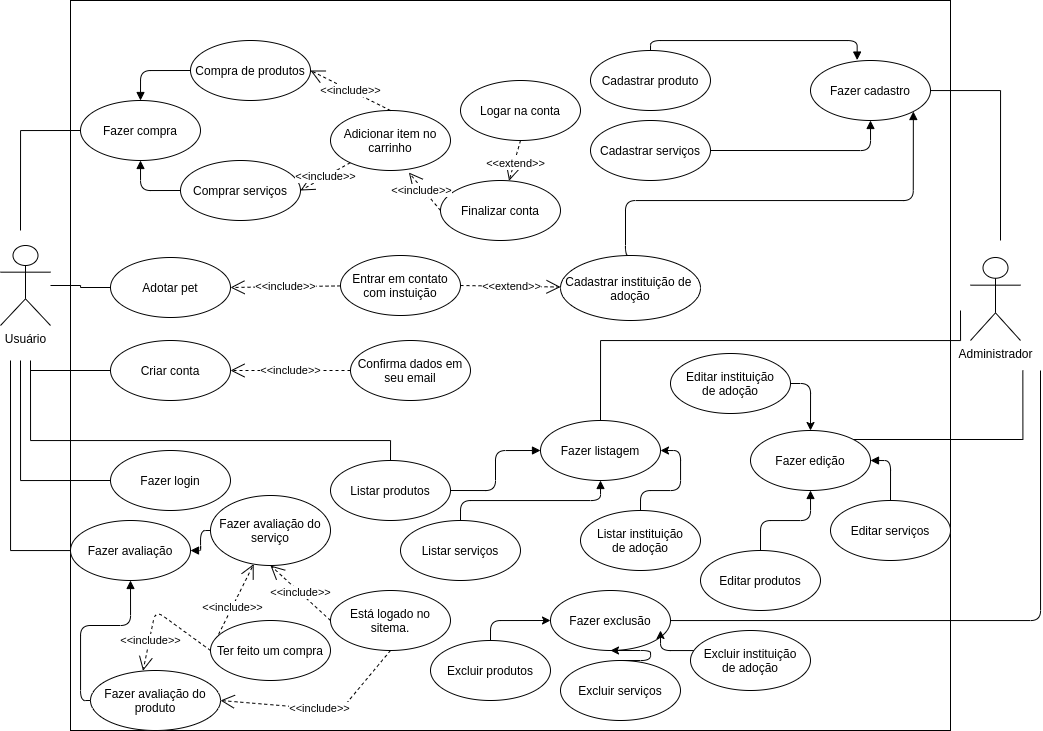
Bruno-Felix/REQ-2020.2-PetSpace keeps this draw.io diagram as images/Use-case.png. Above is the earlier version. Source tidied: cells renumbered, new cells last; positions are measured from the earlier drawing's top-left corner, leaving out a move shared by most shapes.
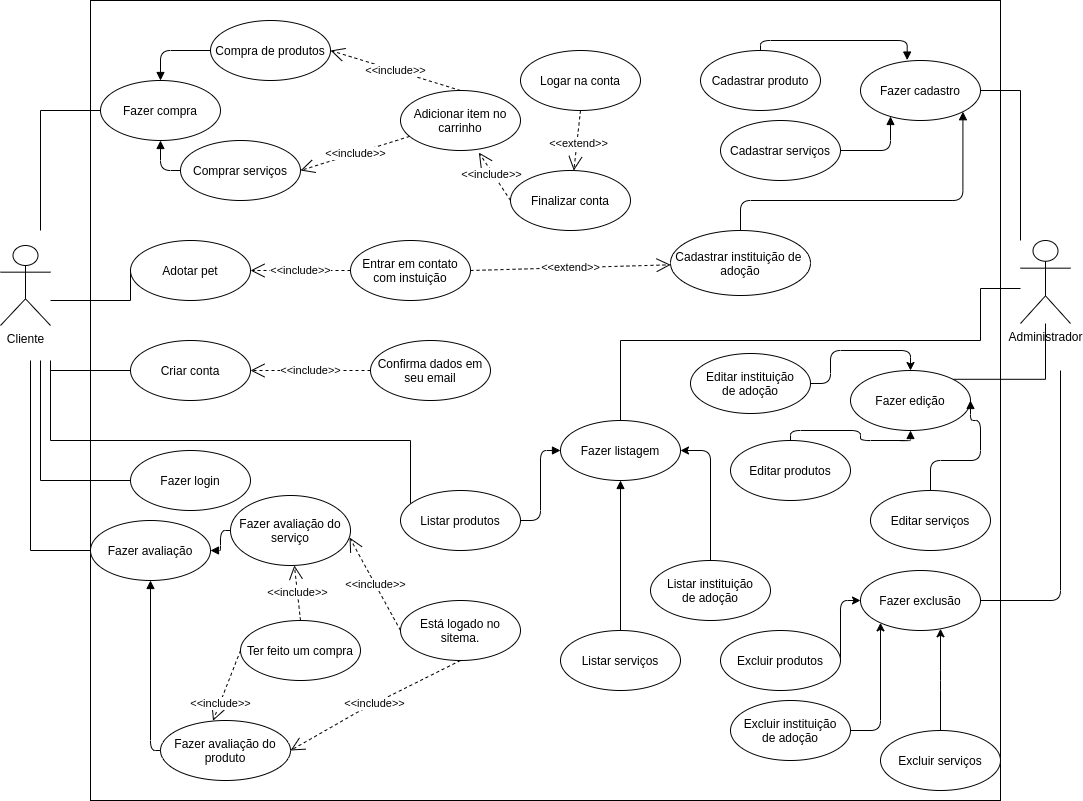
Later version of the same file.

Commit message:
Atualizando imagem

Diff of the diagram source:
```diff
@@ -2,29 +2,29 @@
   <root>
     <mxCell id="0" />
     <mxCell id="1" parent="0" />
-    <mxCell id="2" value="Usuário" style="shape=umlActor;verticalLabelPosition=bottom;verticalAlign=top;html=1;" parent="1" vertex="1">
-      <mxGeometry y="245" width="50" height="80" as="geometry" />
+    <mxCell id="2" value="Cliente&lt;br&gt;" style="shape=umlActor;verticalLabelPosition=bottom;verticalAlign=top;html=1;" parent="1" vertex="1">
+      <mxGeometry x="-20" y="245" width="50" height="80" as="geometry" />
     </mxCell>
     <mxCell id="3" value="Administrador" style="shape=umlActor;verticalLabelPosition=bottom;verticalAlign=top;html=1;" parent="1" vertex="1">
-      <mxGeometry x="970" y="257" width="50" height="83" as="geometry" />
+      <mxGeometry x="1000" y="240" width="50" height="83" as="geometry" />
     </mxCell>
     <mxCell id="4" style="rounded=0;whiteSpace=wrap;html=1;" parent="1" vertex="1">
-      <mxGeometry x="70" width="880" height="730" as="geometry" />
+      <mxGeometry x="70" width="910" height="800" as="geometry" />
     </mxCell>
     <mxCell id="5" value="Compra de produtos" style="ellipse;whiteSpace=wrap;html=1;" parent="1" vertex="1">
-      <mxGeometry x="190" y="40" width="120" height="60" as="geometry" />
+      <mxGeometry x="190" y="20" width="120" height="60" as="geometry" />
     </mxCell>
     <mxCell id="6" value="Cadastrar instituição de&amp;nbsp;&lt;br&gt;adoção" style="ellipse;whiteSpace=wrap;html=1;" parent="1" vertex="1">
-      <mxGeometry x="560" y="255" width="140" height="65" as="geometry" />
+      <mxGeometry x="650" y="230" width="140" height="65" as="geometry" />
     </mxCell>
     <mxCell id="7" value="Comprar serviços" style="ellipse;whiteSpace=wrap;html=1;" parent="1" vertex="1">
-      <mxGeometry x="180" y="160" width="120" height="60" as="geometry" />
+      <mxGeometry x="160" y="140" width="120" height="60" as="geometry" />
     </mxCell>
     <mxCell id="8" value="Fazer avaliação do serviço" style="ellipse;whiteSpace=wrap;html=1;" parent="1" vertex="1">
       <mxGeometry x="210" y="495" width="120" height="70" as="geometry" />
     </mxCell>
     <mxCell id="9" value="Fazer avaliação do produto" style="ellipse;whiteSpace=wrap;html=1;" parent="1" vertex="1">
-      <mxGeometry x="90" y="670" width="130" height="60" as="geometry" />
+      <mxGeometry x="140" y="720" width="130" height="60" as="geometry" />
     </mxCell>
     <mxCell id="10" style="edgeStyle=orthogonalEdgeStyle;rounded=0;jettySize=auto;html=1;endArrow=none;endFill=0;strokeColor=#000000;" parent="1" edge="1" source="11">
       <mxGeometry relative="1" as="geometry">
@@ -46,7 +46,7 @@
       </mxGeometry>
     </mxCell>
     <mxCell id="15" value="Fazer compra" style="ellipse;whiteSpace=wrap;html=1;" parent="1" vertex="1">
-      <mxGeometry x="80" y="100" width="120" height="60" as="geometry" />
+      <mxGeometry x="80" y="80" width="120" height="60" as="geometry" />
     </mxCell>
     <mxCell id="16" style="endArrow=block;endFill=1;html=1;edgeStyle=orthogonalEdgeStyle;align=left;verticalAlign=top;strokeColor=#000000;entryX=0.5;entryY=1;entryDx=0;entryDy=0;exitX=0;exitY=0.5;exitDx=0;exitDy=0;" parent="1" edge="1" source="7" target="15">
       <mxGeometry x="-1" relative="1" as="geometry" />
@@ -55,13 +55,13 @@
       <mxGeometry x="-1" relative="1" as="geometry" />
     </mxCell>
     <mxCell id="18" value="Adicionar item no carrinho" style="ellipse;whiteSpace=wrap;html=1;" parent="1" vertex="1">
-      <mxGeometry x="330" y="110" width="120" height="60" as="geometry" />
+      <mxGeometry x="380" y="90" width="120" height="60" as="geometry" />
     </mxCell>
     <mxCell id="19" value="Logar na conta" style="ellipse;whiteSpace=wrap;html=1;" parent="1" vertex="1">
-      <mxGeometry x="460" y="80" width="120" height="60" as="geometry" />
+      <mxGeometry x="500" y="50" width="120" height="60" as="geometry" />
     </mxCell>
     <mxCell id="20" value="Finalizar conta" style="ellipse;whiteSpace=wrap;html=1;" parent="1" vertex="1">
-      <mxGeometry x="440" y="180" width="120" height="60" as="geometry" />
+      <mxGeometry x="490" y="170" width="120" height="60" as="geometry" />
     </mxCell>
     <mxCell id="21" value="&amp;lt;&amp;lt;include&amp;gt;&amp;gt;" style="endArrow=open;endSize=12;dashed=1;html=1;strokeColor=#000000;exitX=0;exitY=0.5;exitDx=0;exitDy=0;entryX=0.653;entryY=1.034;entryDx=0;entryDy=0;entryPerimeter=0;" parent="1" edge="1" source="20" target="18">
       <mxGeometry x="0.11" y="2" relative="1" as="geometry" />
@@ -70,10 +70,14 @@
       <mxGeometry x="0.11" y="2" relative="1" as="geometry" />
     </mxCell>
     <mxCell id="23" style="edgeStyle=orthogonalEdgeStyle;rounded=0;jettySize=auto;html=1;exitX=0;exitY=0.5;exitDx=0;exitDy=0;endArrow=none;endFill=0;strokeColor=#000000;" parent="1" edge="1" source="24" target="2">
-      <mxGeometry relative="1" as="geometry" />
+      <mxGeometry relative="1" as="geometry">
+        <Array as="points">
+          <mxPoint x="110" y="300" />
+        </Array>
+      </mxGeometry>
     </mxCell>
     <mxCell id="24" value="&lt;span&gt;Adotar pet&lt;/span&gt;" style="ellipse;whiteSpace=wrap;html=1;" parent="1" vertex="1">
-      <mxGeometry x="110" y="257" width="120" height="60" as="geometry" />
+      <mxGeometry x="110" y="240" width="120" height="60" as="geometry" />
     </mxCell>
     <mxCell id="25" style="edgeStyle=orthogonalEdgeStyle;rounded=0;jettySize=auto;html=1;endArrow=none;endFill=0;strokeColor=#000000;" parent="1" edge="1" source="26">
       <mxGeometry relative="1" as="geometry">
@@ -87,7 +91,7 @@
       <mxGeometry x="350" y="340" width="120" height="60" as="geometry" />
     </mxCell>
     <mxCell id="28" value="&lt;span&gt;Entrar em contato com instuição&lt;/span&gt;" style="ellipse;whiteSpace=wrap;html=1;" parent="1" vertex="1">
-      <mxGeometry x="340" y="255" width="120" height="60" as="geometry" />
+      <mxGeometry x="330" y="240" width="120" height="60" as="geometry" />
     </mxCell>
     <mxCell id="29" value="&amp;lt;&amp;lt;include&amp;gt;&amp;gt;" style="endArrow=open;endSize=12;dashed=1;html=1;strokeColor=#000000;entryX=1;entryY=0.5;entryDx=0;entryDy=0;" parent="1" edge="1" source="28" target="24">
       <mxGeometry relative="1" as="geometry" />
@@ -104,14 +108,14 @@
       </mxGeometry>
     </mxCell>
     <mxCell id="33" value="Fazer cadastro" style="ellipse;whiteSpace=wrap;html=1;" parent="1" vertex="1">
-      <mxGeometry x="810" y="60" width="120" height="60" as="geometry" />
+      <mxGeometry x="840" y="60" width="120" height="60" as="geometry" />
     </mxCell>
-    <mxCell id="34" style="edgeStyle=orthogonalEdgeStyle;rounded=0;jettySize=auto;html=1;exitX=0.5;exitY=0;exitDx=0;exitDy=0;endArrow=none;endFill=0;strokeColor=#000000;" parent="1" edge="1" source="35">
+    <mxCell id="34" style="edgeStyle=orthogonalEdgeStyle;rounded=0;jettySize=auto;html=1;exitX=0.5;exitY=0;exitDx=0;exitDy=0;endArrow=none;endFill=0;strokeColor=#000000;" parent="1" edge="1" source="35" target="3">
       <mxGeometry relative="1" as="geometry">
-        <mxPoint x="960" y="310" as="targetPoint" />
         <Array as="points">
           <mxPoint x="600" y="340" />
           <mxPoint x="960" y="340" />
+          <mxPoint x="960" y="288" />
         </Array>
       </mxGeometry>
     </mxCell>
@@ -132,13 +136,11 @@
     <mxCell id="39" value="Fazer login" style="ellipse;whiteSpace=wrap;html=1;" parent="1" vertex="1">
       <mxGeometry x="110" y="450" width="120" height="60" as="geometry" />
     </mxCell>
-    <mxCell id="40" style="edgeStyle=orthogonalEdgeStyle;rounded=0;jettySize=auto;html=1;exitX=1;exitY=0;exitDx=0;exitDy=0;endArrow=none;endFill=0;strokeColor=#000000;" parent="1" edge="1" source="41">
-      <mxGeometry relative="1" as="geometry">
-        <mxPoint x="1022.4" y="370" as="targetPoint" />
-      </mxGeometry>
+    <mxCell id="40" style="edgeStyle=orthogonalEdgeStyle;rounded=0;jettySize=auto;html=1;exitX=1;exitY=0;exitDx=0;exitDy=0;endArrow=none;endFill=0;strokeColor=#000000;" parent="1" edge="1" source="41" target="3">
+      <mxGeometry relative="1" as="geometry" />
     </mxCell>
     <mxCell id="41" value="Fazer edição" style="ellipse;whiteSpace=wrap;html=1;" parent="1" vertex="1">
-      <mxGeometry x="750" y="430" width="120" height="60" as="geometry" />
+      <mxGeometry x="830" y="370" width="120" height="60" as="geometry" />
     </mxCell>
     <mxCell id="42" style="edgeStyle=orthogonalEdgeStyle;rounded=0;jettySize=auto;html=1;endArrow=none;endFill=0;strokeColor=#000000;" parent="1" edge="1" source="43">
       <mxGeometry relative="1" as="geometry">
@@ -150,39 +152,46 @@
       </mxGeometry>
     </mxCell>
     <mxCell id="43" value="Listar produtos" style="ellipse;whiteSpace=wrap;html=1;" parent="1" vertex="1">
-      <mxGeometry x="330" y="460" width="120" height="60" as="geometry" />
+      <mxGeometry x="380" y="490" width="120" height="60" as="geometry" />
     </mxCell>
     <mxCell id="44" style="endArrow=block;endFill=1;html=1;edgeStyle=orthogonalEdgeStyle;align=left;verticalAlign=top;strokeColor=#000000;entryX=0;entryY=0.5;entryDx=0;entryDy=0;exitX=1;exitY=0.5;exitDx=0;exitDy=0;" parent="1" edge="1" source="43" target="35">
       <mxGeometry x="-1" relative="1" as="geometry" />
     </mxCell>
     <mxCell id="45" value="Listar serviços" style="ellipse;whiteSpace=wrap;html=1;" parent="1" vertex="1">
-      <mxGeometry x="400" y="520" width="120" height="60" as="geometry" />
+      <mxGeometry x="540" y="630" width="120" height="60" as="geometry" />
     </mxCell>
     <mxCell id="46" style="endArrow=block;endFill=1;html=1;edgeStyle=orthogonalEdgeStyle;align=left;verticalAlign=top;strokeColor=#000000;entryX=0.5;entryY=1;entryDx=0;entryDy=0;exitX=0.5;exitY=0;exitDx=0;exitDy=0;" parent="1" edge="1" source="45" target="35">
       <mxGeometry x="-1" relative="1" as="geometry" />
     </mxCell>
     <mxCell id="47" value="Editar produtos" style="ellipse;whiteSpace=wrap;html=1;" parent="1" vertex="1">
-      <mxGeometry x="700" y="550" width="120" height="60" as="geometry" />
+      <mxGeometry x="710" y="440" width="120" height="60" as="geometry" />
     </mxCell>
     <mxCell id="48" style="endArrow=block;endFill=1;html=1;edgeStyle=orthogonalEdgeStyle;align=left;verticalAlign=top;strokeColor=#000000;exitX=0.5;exitY=0;exitDx=0;exitDy=0;" parent="1" edge="1" source="47" target="41">
       <mxGeometry x="-1" relative="1" as="geometry" />
     </mxCell>
     <mxCell id="49" value="Editar serviços" style="ellipse;whiteSpace=wrap;html=1;" parent="1" vertex="1">
-      <mxGeometry x="830" y="500" width="120" height="60" as="geometry" />
+      <mxGeometry x="850" y="490" width="120" height="60" as="geometry" />
     </mxCell>
     <mxCell id="50" style="endArrow=block;endFill=1;html=1;edgeStyle=orthogonalEdgeStyle;align=left;verticalAlign=top;strokeColor=#000000;exitX=0.5;exitY=0;exitDx=0;exitDy=0;entryX=1;entryY=0.5;entryDx=0;entryDy=0;" parent="1" edge="1" source="49" target="41">
-      <mxGeometry x="-1" relative="1" as="geometry" />
+      <mxGeometry x="-1" relative="1" as="geometry">
+        <Array as="points">
+          <mxPoint x="910" y="460" />
+          <mxPoint x="960" y="460" />
+          <mxPoint x="960" y="420" />
+          <mxPoint x="950" y="420" />
+        </Array>
+      </mxGeometry>
     </mxCell>
     <mxCell id="51" style="endArrow=block;endFill=1;html=1;edgeStyle=orthogonalEdgeStyle;align=left;verticalAlign=top;strokeColor=#000000;entryX=0.389;entryY=-0.007;entryDx=0;entryDy=0;exitX=0.5;exitY=0;exitDx=0;exitDy=0;entryPerimeter=0;" parent="1" edge="1" source="52" target="33">
       <mxGeometry x="-1" relative="1" as="geometry" />
     </mxCell>
     <mxCell id="52" value="Cadastrar produto" style="ellipse;whiteSpace=wrap;html=1;" parent="1" vertex="1">
-      <mxGeometry x="590" y="50" width="120" height="60" as="geometry" />
+      <mxGeometry x="680" y="50" width="120" height="60" as="geometry" />
     </mxCell>
     <mxCell id="53" value="Cadastrar serviços" style="ellipse;whiteSpace=wrap;html=1;" parent="1" vertex="1">
-      <mxGeometry x="590" y="120" width="120" height="60" as="geometry" />
+      <mxGeometry x="700" y="120" width="120" height="60" as="geometry" />
     </mxCell>
-    <mxCell id="54" style="endArrow=block;endFill=1;html=1;edgeStyle=orthogonalEdgeStyle;align=left;verticalAlign=top;strokeColor=#000000;entryX=0.5;entryY=1;entryDx=0;entryDy=0;exitX=1;exitY=0.5;exitDx=0;exitDy=0;" parent="1" edge="1" source="53" target="33">
+    <mxCell id="54" style="endArrow=block;endFill=1;html=1;edgeStyle=orthogonalEdgeStyle;align=left;verticalAlign=top;strokeColor=#000000;exitX=1;exitY=0.5;exitDx=0;exitDy=0;" parent="1" edge="1" source="53" target="33">
       <mxGeometry x="-1" relative="1" as="geometry">
         <Array as="points">
           <mxPoint x="870" y="150" />
@@ -192,8 +201,9 @@
     <mxCell id="55" style="endArrow=block;endFill=1;html=1;edgeStyle=orthogonalEdgeStyle;align=left;verticalAlign=top;strokeColor=#000000;entryX=1;entryY=1;entryDx=0;entryDy=0;exitX=0.5;exitY=0;exitDx=0;exitDy=0;" parent="1" edge="1" source="6" target="33">
       <mxGeometry x="-1" relative="1" as="geometry">
         <Array as="points">
-          <mxPoint x="625" y="200" />
-          <mxPoint x="913" y="200" />
+          <mxPoint x="720" y="230" />
+          <mxPoint x="720" y="200" />
+          <mxPoint x="942" y="200" />
         </Array>
       </mxGeometry>
     </mxCell>
@@ -203,37 +213,34 @@
       </mxGeometry>
     </mxCell>
     <mxCell id="57" value="Fazer exclusão" style="ellipse;whiteSpace=wrap;html=1;" parent="1" vertex="1">
-      <mxGeometry x="550" y="590" width="120" height="60" as="geometry" />
+      <mxGeometry x="840" y="570" width="120" height="60" as="geometry" />
     </mxCell>
     <mxCell id="58" style="edgeStyle=orthogonalEdgeStyle;rounded=1;jettySize=auto;html=1;entryX=0;entryY=0.5;entryDx=0;entryDy=0;" parent="1" edge="1" source="59" target="57">
-      <mxGeometry relative="1" as="geometry" />
+      <mxGeometry relative="1" as="geometry">
+        <Array as="points">
+          <mxPoint x="820" y="600" />
+        </Array>
+      </mxGeometry>
     </mxCell>
     <mxCell id="59" value="Excluir produtos" style="ellipse;whiteSpace=wrap;html=1;" parent="1" vertex="1">
-      <mxGeometry x="430" y="640" width="120" height="60" as="geometry" />
+      <mxGeometry x="700" y="630" width="120" height="60" as="geometry" />
     </mxCell>
     <mxCell id="60" value="Excluir serviços" style="ellipse;whiteSpace=wrap;html=1;" parent="1" vertex="1">
-      <mxGeometry x="560" y="660" width="120" height="60" as="geometry" />
+      <mxGeometry x="860" y="730" width="120" height="60" as="geometry" />
     </mxCell>
-    <mxCell id="61" style="edgeStyle=orthogonalEdgeStyle;rounded=1;jettySize=auto;html=1;entryX=0.5;entryY=1;entryDx=0;entryDy=0;exitX=0.5;exitY=0;exitDx=0;exitDy=0;" parent="1" edge="1" source="60" target="57">
+    <mxCell id="61" style="edgeStyle=orthogonalEdgeStyle;rounded=1;jettySize=auto;html=1;exitX=0.5;exitY=0;exitDx=0;exitDy=0;" parent="1" edge="1" source="60" target="57">
       <mxGeometry relative="1" as="geometry">
         <Array as="points">
-          <mxPoint x="650" y="650" />
+          <mxPoint x="920" y="680" />
+          <mxPoint x="920" y="680" />
         </Array>
       </mxGeometry>
     </mxCell>
-    <mxCell id="62" style="edgeStyle=orthogonalEdgeStyle;rounded=1;jettySize=auto;html=1;" parent="1" edge="1" source="64">
-      <mxGeometry relative="1" as="geometry">
-        <mxPoint x="660" y="630" as="targetPoint" />
-        <Array as="points">
-          <mxPoint x="660" y="650" />
-        </Array>
-      </mxGeometry>
-    </mxCell>
     <mxCell id="63" value="&lt;span&gt;Listar instituição&lt;/span&gt;&lt;br&gt;&lt;span&gt;de adoção&lt;/span&gt;" style="ellipse;whiteSpace=wrap;html=1;" parent="1" vertex="1">
-      <mxGeometry x="580" y="510" width="120" height="60" as="geometry" />
+      <mxGeometry x="630" y="560" width="120" height="60" as="geometry" />
     </mxCell>
     <mxCell id="64" value="Excluir instituição&lt;br&gt;de adoção" style="ellipse;whiteSpace=wrap;html=1;" parent="1" vertex="1">
-      <mxGeometry x="690" y="630" width="120" height="60" as="geometry" />
+      <mxGeometry x="710" y="700" width="120" height="60" as="geometry" />
     </mxCell>
     <mxCell id="65" style="edgeStyle=orthogonalEdgeStyle;rounded=1;jettySize=auto;html=1;entryX=1;entryY=0.5;entryDx=0;entryDy=0;" parent="1" edge="1" source="63" target="35">
       <mxGeometry relative="1" as="geometry" />
@@ -245,16 +252,16 @@
       <mxGeometry relative="1" as="geometry" />
     </mxCell>
     <mxCell id="68" value="Está logado no sitema." style="ellipse;whiteSpace=wrap;html=1;" parent="1" vertex="1">
-      <mxGeometry x="330" y="590" width="120" height="60" as="geometry" />
+      <mxGeometry x="380" y="600" width="120" height="60" as="geometry" />
     </mxCell>
-    <mxCell id="69" value="&amp;lt;&amp;lt;include&amp;gt;&amp;gt;" style="endArrow=open;endSize=12;dashed=1;html=1;strokeColor=#000000;exitX=0;exitY=0.5;exitDx=0;exitDy=0;entryX=0.5;entryY=1;entryDx=0;entryDy=0;" parent="1" edge="1" source="68" target="8">
+    <mxCell id="69" value="&amp;lt;&amp;lt;include&amp;gt;&amp;gt;" style="endArrow=open;endSize=12;dashed=1;html=1;strokeColor=#000000;exitX=0;exitY=0.5;exitDx=0;exitDy=0;entryX=0.992;entryY=0.6;entryDx=0;entryDy=0;entryPerimeter=0;" parent="1" edge="1" source="68" target="8">
       <mxGeometry relative="1" as="geometry" />
     </mxCell>
-    <mxCell id="70" value="&amp;lt;&amp;lt;include&amp;gt;&amp;gt;" style="endArrow=open;endSize=12;dashed=1;html=1;strokeColor=#000000;exitX=0;exitY=0.5;exitDx=0;exitDy=0;" parent="1" edge="1" source="71" target="8">
+    <mxCell id="70" value="&amp;lt;&amp;lt;include&amp;gt;&amp;gt;" style="endArrow=open;endSize=12;dashed=1;html=1;strokeColor=#000000;exitX=0.5;exitY=0;exitDx=0;exitDy=0;" parent="1" edge="1" source="71" target="8">
       <mxGeometry relative="1" as="geometry" />
     </mxCell>
     <mxCell id="71" value="Ter feito um compra" style="ellipse;whiteSpace=wrap;html=1;" parent="1" vertex="1">
-      <mxGeometry x="210" y="620" width="120" height="60" as="geometry" />
+      <mxGeometry x="220" y="620" width="120" height="60" as="geometry" />
     </mxCell>
     <mxCell id="72" value="&amp;lt;&amp;lt;include&amp;gt;&amp;gt;" style="endArrow=open;endSize=12;dashed=1;html=1;strokeColor=#000000;exitX=0.5;exitY=1;exitDx=0;exitDy=0;entryX=1;entryY=0.5;entryDx=0;entryDy=0;" parent="1" edge="1" source="68" target="9">
       <mxGeometry relative="1" as="geometry">
@@ -264,11 +271,14 @@
       </mxGeometry>
     </mxCell>
     <mxCell id="73" value="&amp;lt;&amp;lt;include&amp;gt;&amp;gt;" style="endArrow=open;endSize=12;dashed=1;html=1;strokeColor=#000000;exitX=0;exitY=0.5;exitDx=0;exitDy=0;entryX=0.404;entryY=0.005;entryDx=0;entryDy=0;entryPerimeter=0;" parent="1" edge="1" source="71" target="9">
-      <mxGeometry x="0.52" y="1" relative="1" as="geometry">
-        <Array as="points">
-          <mxPoint x="155" y="610" />
-        </Array>
-      </mxGeometry>
+      <mxGeometry x="0.52" y="1" relative="1" as="geometry" />
     </mxCell>
+    <mxCell id="74" style="edgeStyle=orthogonalEdgeStyle;rounded=1;jettySize=auto;html=1;exitX=1;exitY=0.5;exitDx=0;exitDy=0;" parent="1" edge="1" source="64" target="57">
+      <mxGeometry relative="1" as="geometry">
+        <Array as="points">
+          <mxPoint x="860" y="730" />
+        </Array>
+      </mxGeometry>
+    </mxCell>
   </root>
 </mxGraphModel>
```
